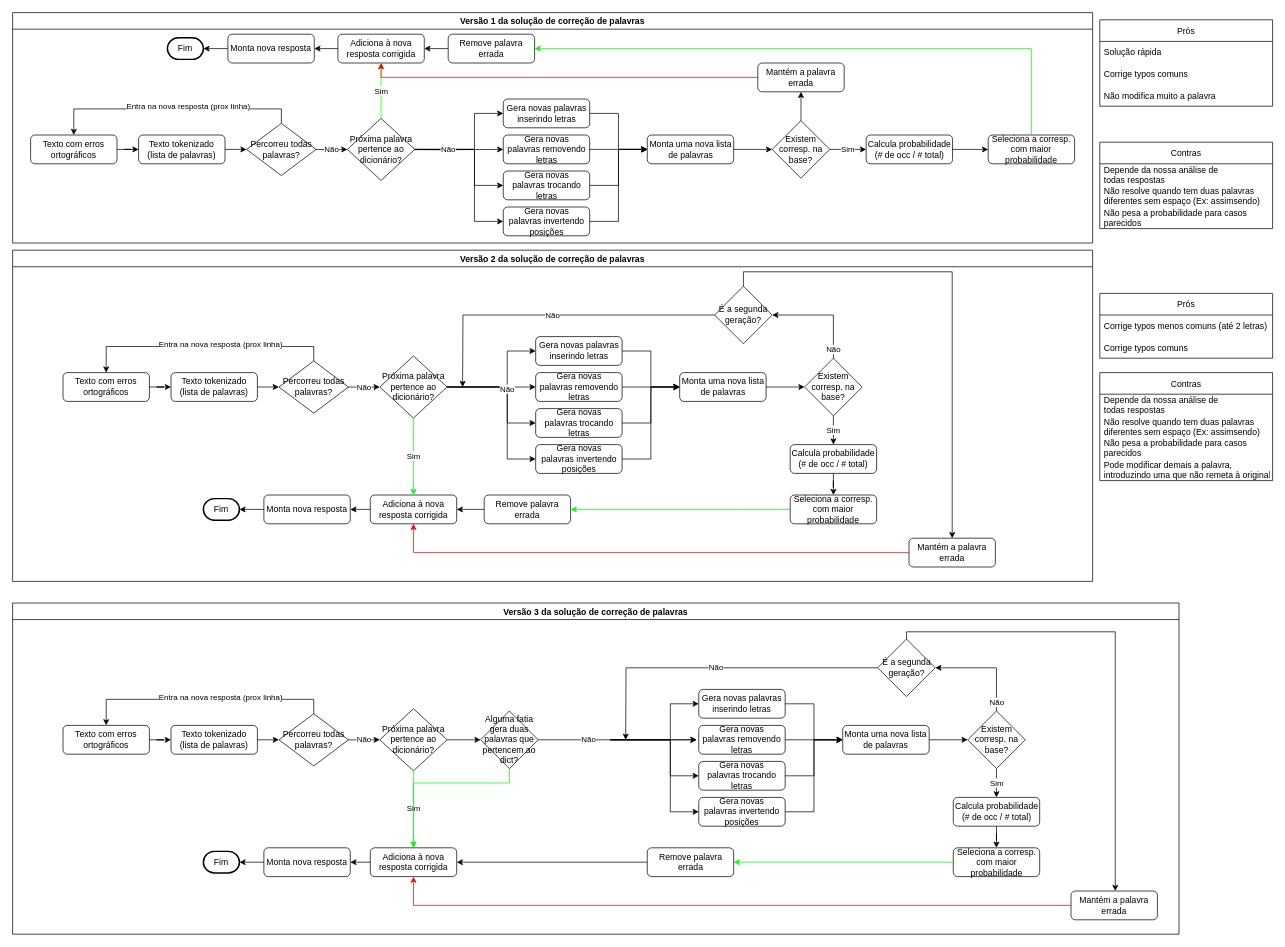
This is Untitled Diagram.drawio from Leo-Domingos/ola-mundo, a draw.io file, before an edit. Source tidied: cells renumbered, new cells numbered last; positions are measured from the earlier drawing's top-left corner, leaving out a move shared by most shapes. Both pictures are drawn from the tidied source at 72%, with x=0, y=0 at pixel (12, 12).
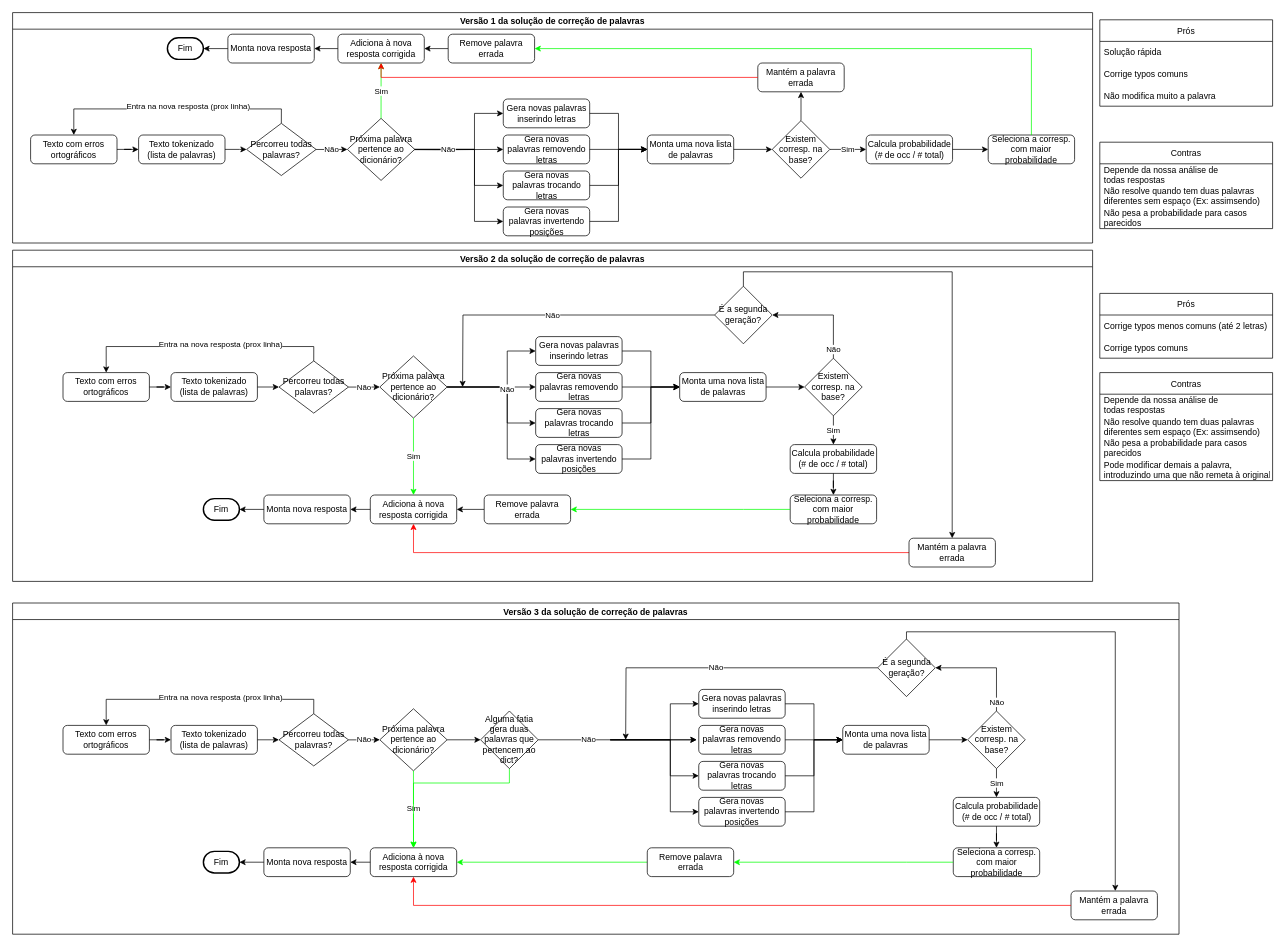
After the change.

The change refers to these unchanged cells:
```xml
<mxCell id="104" value="Versão 3 da solução de correção de palavras" style="swimlane;startSize=23;" parent="1" vertex="1">
  <mxGeometry y="820" width="1620" height="460" as="geometry" />
</mxCell>
<mxCell id="135" value="Adiciona à nova resposta corrigida" style="rounded=1;whiteSpace=wrap;html=1;fontSize=12;glass=0;strokeWidth=1;shadow=0;" parent="104" vertex="1">
  <mxGeometry x="496.8" y="340" width="120" height="40" as="geometry" />
</mxCell>
<mxCell id="142" value="Remove palavra errada" style="rounded=1;whiteSpace=wrap;html=1;fontSize=12;glass=0;strokeWidth=1;shadow=0;" parent="104" vertex="1">
  <mxGeometry x="881.5" y="340" width="120" height="40" as="geometry" />
</mxCell>
```

Change to the diagram source:
```diff
@@
-    <mxCell id="141" style="edgeStyle=orthogonalEdgeStyle;rounded=0;jettySize=auto;html=1;exitX=0;exitY=0.5;exitDx=0;exitDy=0;entryX=1;entryY=0.5;entryDx=0;entryDy=0;" parent="104" edge="1" source="142" target="135">
+    <mxCell id="141" style="edgeStyle=orthogonalEdgeStyle;rounded=0;jettySize=auto;html=1;exitX=0;exitY=0.5;exitDx=0;exitDy=0;entryX=1;entryY=0.5;entryDx=0;entryDy=0;strokeColor=#00FF00;" parent="104" edge="1" source="142" target="135">
       <mxGeometry relative="1" as="geometry" />
     </mxCell>
```
